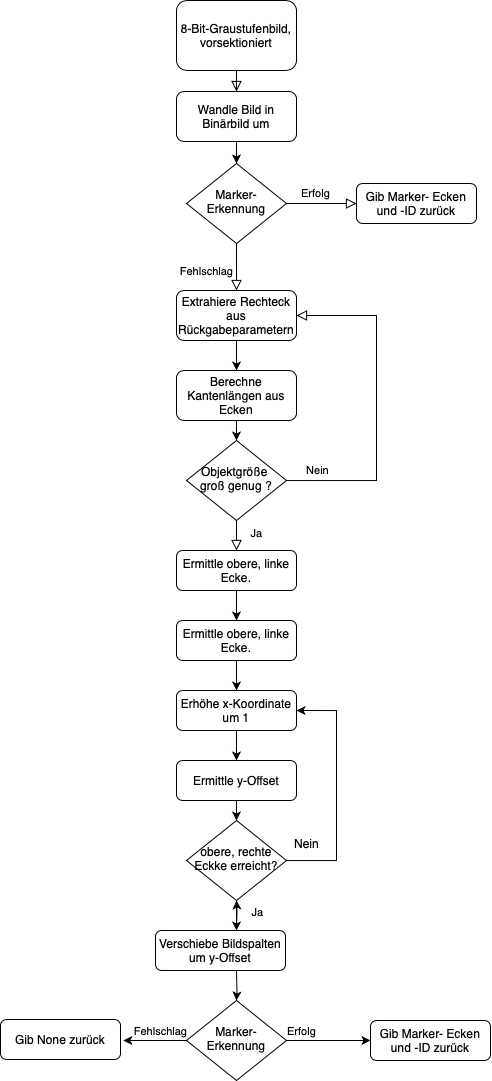
This is LaTeX/Bilder/algo.drawio.png from LS-KS/Bachelorarbeit, a draw.io export, as it was before one commit. Source tidied: cells renumbered, new cells last; positions are measured from the earlier drawing's top-left corner, leaving out a move shared by most shapes.
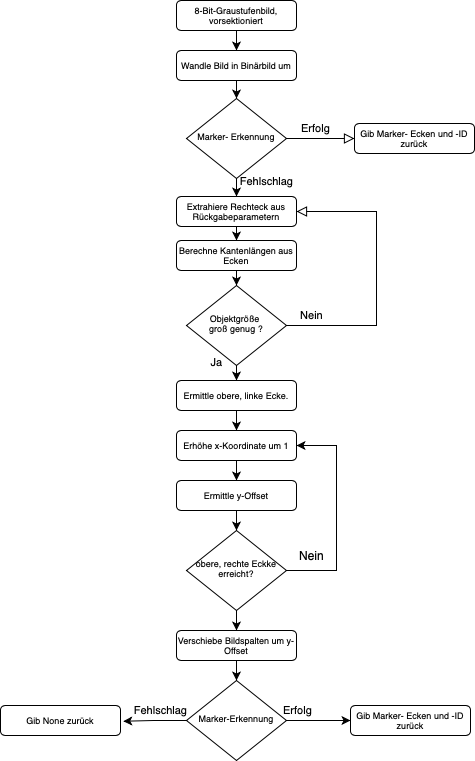
After the commit.

What changed in the source:
```diff
@@ -2,116 +2,93 @@
   <root>
     <mxCell id="0" />
     <mxCell id="1" parent="0" />
-    <mxCell id="2" style="rounded=0;html=1;jettySize=auto;fontSize=11;endArrow=block;endFill=0;endSize=8;strokeWidth=1;shadow=0;labelBackgroundColor=none;edgeStyle=orthogonalEdgeStyle;" parent="1" edge="1" source="3" target="16">
+    <mxCell id="2" style="rounded=0;html=1;jettySize=auto;fontSize=11;endArrow=classic;endFill=1;endSize=6;strokeWidth=1;shadow=0;labelBackgroundColor=none;edgeStyle=orthogonalEdgeStyle;" parent="1" edge="1" source="3" target="16">
       <mxGeometry relative="1" as="geometry" />
     </mxCell>
-    <mxCell id="3" value="8-Bit-Graustufenbild, vorsektioniert" style="rounded=1;whiteSpace=wrap;html=1;fontSize=12;glass=0;strokeWidth=1;shadow=0;" parent="1" vertex="1">
-      <mxGeometry x="176" width="120" height="70" as="geometry" />
+    <mxCell id="3" value="8-Bit-Graustufenbild, vorsektioniert" style="rounded=1;whiteSpace=wrap;html=1;fontSize=9;glass=0;strokeWidth=1;shadow=0;" parent="1" vertex="1">
+      <mxGeometry x="176" y="20" width="120" height="30" as="geometry" />
     </mxCell>
-    <mxCell id="4" value="Fehlschlag" style="rounded=0;html=1;jettySize=auto;fontSize=11;endArrow=block;endFill=0;endSize=8;strokeWidth=1;shadow=0;labelBackgroundColor=none;edgeStyle=orthogonalEdgeStyle;entryX=0.5;entryY=0;entryDx=0;entryDy=0;" parent="1" edge="1" source="6" target="14">
+    <mxCell id="4" value="Fehlschlag" style="rounded=0;html=1;jettySize=auto;fontSize=11;endArrow=classic;endFill=1;endSize=6;strokeWidth=1;shadow=0;labelBackgroundColor=none;edgeStyle=orthogonalEdgeStyle;entryX=0.5;entryY=0;entryDx=0;entryDy=0;" parent="1" edge="1" source="6" target="14">
       <mxGeometry x="0.2" y="-30" relative="1" as="geometry" />
     </mxCell>
     <mxCell id="5" value="Erfolg" style="edgeStyle=orthogonalEdgeStyle;rounded=0;html=1;jettySize=auto;fontSize=11;endArrow=block;endFill=0;endSize=8;strokeWidth=1;shadow=0;labelBackgroundColor=none;" parent="1" edge="1" source="6" target="7">
       <mxGeometry x="-0.14" y="10" relative="1" as="geometry" />
     </mxCell>
-    <mxCell id="6" value="Marker- Erkennung" style="rhombus;whiteSpace=wrap;html=1;shadow=0;fontFamily=Helvetica;fontSize=12;align=center;strokeWidth=1;spacing=6;spacingTop=-4;" parent="1" vertex="1">
-      <mxGeometry x="186" y="163" width="100" height="80" as="geometry" />
+    <mxCell id="6" value="Marker- Erkennung" style="rhombus;whiteSpace=wrap;html=1;shadow=0;fontFamily=Helvetica;fontSize=9;align=center;strokeWidth=1;spacing=6;spacingTop=-4;" parent="1" vertex="1">
+      <mxGeometry x="186" y="118" width="100" height="80" as="geometry" />
     </mxCell>
-    <mxCell id="7" value="Gib Marker- Ecken und -ID zurück" style="rounded=1;whiteSpace=wrap;html=1;fontSize=12;glass=0;strokeWidth=1;shadow=0;" parent="1" vertex="1">
-      <mxGeometry x="356" y="183" width="120" height="40" as="geometry" />
+    <mxCell id="7" value="Gib Marker- Ecken und -ID zurück" style="rounded=1;whiteSpace=wrap;html=1;fontSize=9;glass=0;strokeWidth=1;shadow=0;" parent="1" vertex="1">
+      <mxGeometry x="354" y="143" width="120" height="30" as="geometry" />
     </mxCell>
-    <mxCell id="8" value="Ja" style="rounded=0;html=1;jettySize=auto;fontSize=11;endArrow=block;endFill=0;endSize=8;strokeWidth=1;shadow=0;labelBackgroundColor=none;edgeStyle=orthogonalEdgeStyle;" parent="1" edge="1" source="10" target="12">
+    <mxCell id="8" value="Ja" style="rounded=0;html=1;jettySize=auto;fontSize=11;endArrow=classic;endFill=1;endSize=6;strokeWidth=1;shadow=0;labelBackgroundColor=none;edgeStyle=orthogonalEdgeStyle;" parent="1" edge="1" source="10" target="12">
       <mxGeometry x="0.33" y="20" relative="1" as="geometry" />
     </mxCell>
     <mxCell id="9" value="Nein" style="edgeStyle=orthogonalEdgeStyle;rounded=0;html=1;jettySize=auto;fontSize=11;endArrow=block;endFill=0;endSize=8;strokeWidth=1;shadow=0;labelBackgroundColor=none;entryX=1;entryY=0.5;entryDx=0;entryDy=0;" parent="1" edge="1" source="10" target="14">
       <mxGeometry x="-0.82" y="10" relative="1" as="geometry">
         <Array as="points">
-          <mxPoint x="376" y="480" />
-          <mxPoint x="376" y="315" />
+          <mxPoint x="376" y="345" />
+          <mxPoint x="376" y="231" />
         </Array>
       </mxGeometry>
     </mxCell>
-    <mxCell id="10" value="Objektgröße&amp;nbsp;&lt;br&gt;groß genug ?" style="rhombus;whiteSpace=wrap;html=1;shadow=0;fontFamily=Helvetica;fontSize=12;align=center;strokeWidth=1;spacing=6;spacingTop=-4;" parent="1" vertex="1">
-      <mxGeometry x="186" y="440" width="100" height="80" as="geometry" />
+    <mxCell id="10" value="Objektgröße&amp;nbsp;&lt;br style=&quot;font-size: 9px;&quot;&gt;groß genug ?" style="rhombus;whiteSpace=wrap;html=1;shadow=0;fontFamily=Helvetica;fontSize=9;align=center;strokeWidth=1;spacing=6;spacingTop=-4;" parent="1" vertex="1">
+      <mxGeometry x="186" y="305" width="100" height="80" as="geometry" />
     </mxCell>
-    <mxCell id="11" style="edgeStyle=orthogonalEdgeStyle;rounded=0;jettySize=auto;html=1;entryX=0.5;entryY=0;entryDx=0;entryDy=0;" parent="1" edge="1" source="12" target="20">
+    <mxCell id="11" style="edgeStyle=orthogonalEdgeStyle;rounded=0;jettySize=auto;html=1;entryX=0.5;entryY=0;entryDx=0;entryDy=0;" parent="1" edge="1" source="12" target="22">
       <mxGeometry relative="1" as="geometry" />
     </mxCell>
-    <mxCell id="12" value="Ermittle obere, linke Ecke." style="rounded=1;whiteSpace=wrap;html=1;fontSize=12;glass=0;strokeWidth=1;shadow=0;" parent="1" vertex="1">
-      <mxGeometry x="176" y="550" width="120" height="40" as="geometry" />
+    <mxCell id="12" value="Ermittle obere, linke Ecke." style="rounded=1;whiteSpace=wrap;html=1;fontSize=9;glass=0;strokeWidth=1;shadow=0;" parent="1" vertex="1">
+      <mxGeometry x="176" y="400" width="120" height="30" as="geometry" />
     </mxCell>
     <mxCell id="13" style="edgeStyle=orthogonalEdgeStyle;rounded=0;jettySize=auto;html=1;exitX=0.5;exitY=1;exitDx=0;exitDy=0;entryX=0.5;entryY=0;entryDx=0;entryDy=0;" parent="1" edge="1" source="14" target="18">
       <mxGeometry relative="1" as="geometry" />
     </mxCell>
-    <mxCell id="14" value="Extrahiere Rechteck aus Rückgabeparametern" style="rounded=1;whiteSpace=wrap;html=1;fontSize=12;glass=0;strokeWidth=1;shadow=0;" parent="1" vertex="1">
-      <mxGeometry x="176" y="290" width="120" height="50" as="geometry" />
+    <mxCell id="14" value="Extrahiere Rechteck aus Rückgabeparametern" style="rounded=1;whiteSpace=wrap;html=1;fontSize=9;glass=0;strokeWidth=1;shadow=0;" parent="1" vertex="1">
+      <mxGeometry x="176" y="216" width="120" height="30" as="geometry" />
     </mxCell>
     <mxCell id="15" style="edgeStyle=orthogonalEdgeStyle;rounded=0;jettySize=auto;html=1;exitX=0.5;exitY=1;exitDx=0;exitDy=0;entryX=0.5;entryY=0;entryDx=0;entryDy=0;" parent="1" edge="1" source="16" target="6">
       <mxGeometry relative="1" as="geometry" />
     </mxCell>
-    <mxCell id="16" value="Wandle Bild in Binärbild um" style="rounded=1;whiteSpace=wrap;html=1;fontSize=12;glass=0;strokeWidth=1;shadow=0;" parent="1" vertex="1">
-      <mxGeometry x="176" y="91" width="120" height="50" as="geometry" />
+    <mxCell id="16" value="Wandle Bild in Binärbild um" style="rounded=1;whiteSpace=wrap;html=1;fontSize=9;glass=0;strokeWidth=1;shadow=0;" parent="1" vertex="1">
+      <mxGeometry x="176" y="70" width="120" height="30" as="geometry" />
     </mxCell>
     <mxCell id="17" style="edgeStyle=orthogonalEdgeStyle;rounded=0;jettySize=auto;html=1;exitX=0.5;exitY=1;exitDx=0;exitDy=0;entryX=0.5;entryY=0;entryDx=0;entryDy=0;" parent="1" edge="1" source="18" target="10">
       <mxGeometry relative="1" as="geometry" />
     </mxCell>
-    <mxCell id="18" value="Berechne Kantenlängen aus Ecken" style="rounded=1;whiteSpace=wrap;html=1;fontSize=12;glass=0;strokeWidth=1;shadow=0;" parent="1" vertex="1">
-      <mxGeometry x="176" y="370" width="120" height="50" as="geometry" />
+    <mxCell id="18" value="Berechne Kantenlängen aus Ecken" style="rounded=1;whiteSpace=wrap;html=1;fontSize=9;glass=0;strokeWidth=1;shadow=0;" parent="1" vertex="1">
+      <mxGeometry x="176" y="260" width="120" height="30" as="geometry" />
     </mxCell>
-    <mxCell id="19" style="edgeStyle=orthogonalEdgeStyle;rounded=0;jettySize=auto;html=1;" parent="1" edge="1" source="20" target="22">
-      <mxGeometry relative="1" as="geometry" />
-    </mxCell>
-    <mxCell id="20" value="Ermittle obere, linke Ecke." style="rounded=1;whiteSpace=wrap;html=1;fontSize=12;glass=0;strokeWidth=1;shadow=0;" parent="1" vertex="1">
-      <mxGeometry x="176" y="620" width="120" height="40" as="geometry" />
-    </mxCell>
     <mxCell id="21" style="edgeStyle=orthogonalEdgeStyle;rounded=0;jettySize=auto;html=1;entryX=0.5;entryY=0;entryDx=0;entryDy=0;" parent="1" edge="1" source="22" target="24">
       <mxGeometry relative="1" as="geometry" />
     </mxCell>
-    <mxCell id="22" value="Erhöhe x-Koordinate um 1" style="rounded=1;whiteSpace=wrap;html=1;fontSize=12;glass=0;strokeWidth=1;shadow=0;" parent="1" vertex="1">
-      <mxGeometry x="176" y="690" width="120" height="40" as="geometry" />
+    <mxCell id="22" value="Erhöhe x-Koordinate um 1" style="rounded=1;whiteSpace=wrap;html=1;fontSize=9;glass=0;strokeWidth=1;shadow=0;" parent="1" vertex="1">
+      <mxGeometry x="176" y="450" width="120" height="30" as="geometry" />
     </mxCell>
     <mxCell id="23" style="edgeStyle=orthogonalEdgeStyle;rounded=0;jettySize=auto;html=1;exitX=0.5;exitY=1;exitDx=0;exitDy=0;entryX=0.5;entryY=0;entryDx=0;entryDy=0;" parent="1" edge="1" source="24" target="31">
       <mxGeometry relative="1" as="geometry" />
     </mxCell>
-    <mxCell id="24" value="Ermittle y-Offset" style="rounded=1;whiteSpace=wrap;html=1;fontSize=12;glass=0;strokeWidth=1;shadow=0;" parent="1" vertex="1">
-      <mxGeometry x="176" y="760" width="120" height="40" as="geometry" />
+    <mxCell id="24" value="Ermittle y-Offset" style="rounded=1;whiteSpace=wrap;html=1;fontSize=9;glass=0;strokeWidth=1;shadow=0;" parent="1" vertex="1">
+      <mxGeometry x="176" y="500" width="120" height="30" as="geometry" />
     </mxCell>
-    <mxCell id="25" style="edgeStyle=orthogonalEdgeStyle;rounded=0;jettySize=auto;html=1;" parent="1" edge="1" target="31">
-      <mxGeometry relative="1" as="geometry">
-        <mxPoint x="236" y="930" as="sourcePoint" />
-      </mxGeometry>
-    </mxCell>
-    <mxCell id="26" style="edgeStyle=orthogonalEdgeStyle;rounded=0;jettySize=auto;html=1;exitX=0.5;exitY=1;exitDx=0;exitDy=0;" parent="1" edge="1" target="35">
-      <mxGeometry relative="1" as="geometry">
-        <mxPoint x="236" y="970" as="sourcePoint" />
-      </mxGeometry>
+    <mxCell id="26" style="edgeStyle=orthogonalEdgeStyle;rounded=0;jettySize=auto;html=1;exitX=0.5;exitY=1;exitDx=0;exitDy=0;" parent="1" edge="1" source="27" target="35">
+      <mxGeometry relative="1" as="geometry" />
     </mxCell>
-    <mxCell id="27" value="Verschiebe Bildspalten um y-Offset" style="rounded=1;whiteSpace=wrap;html=1;fontSize=12;glass=0;strokeWidth=1;shadow=0;" parent="1" vertex="1">
-      <mxGeometry x="155" y="930" width="130" height="40" as="geometry" />
+    <mxCell id="27" value="Verschiebe Bildspalten um y-Offset" style="rounded=1;whiteSpace=wrap;html=1;fontSize=9;glass=0;strokeWidth=1;shadow=0;" parent="1" vertex="1">
+      <mxGeometry x="176" y="650" width="120" height="30" as="geometry" />
     </mxCell>
     <mxCell id="28" style="edgeStyle=orthogonalEdgeStyle;rounded=0;jettySize=auto;html=1;entryX=1;entryY=0.5;entryDx=0;entryDy=0;" parent="1" edge="1" source="31" target="22">
       <mxGeometry relative="1" as="geometry">
         <Array as="points">
-          <mxPoint x="336" y="860" />
-          <mxPoint x="336" y="710" />
+          <mxPoint x="336" y="590" />
+          <mxPoint x="336" y="465" />
         </Array>
       </mxGeometry>
     </mxCell>
-    <mxCell id="29" style="edgeStyle=orthogonalEdgeStyle;rounded=0;jettySize=auto;html=1;exitX=0.5;exitY=1;exitDx=0;exitDy=0;entryX=0.5;entryY=0;entryDx=0;entryDy=0;" parent="1" edge="1" source="31">
-      <mxGeometry relative="1" as="geometry">
-        <mxPoint x="236" y="930" as="targetPoint" />
-      </mxGeometry>
-    </mxCell>
-    <mxCell id="30" value="Ja" style="edgeLabel;html=1;align=center;verticalAlign=middle;" parent="29" vertex="1">
-      <mxGeometry x="-0.24" y="2" relative="1" as="geometry">
-        <mxPoint x="18" as="offset" />
-      </mxGeometry>
-    </mxCell>
-    <mxCell id="31" value="obere, rechte Eckke erreicht?" style="rhombus;whiteSpace=wrap;html=1;shadow=0;fontFamily=Helvetica;fontSize=12;align=center;strokeWidth=1;spacing=6;spacingTop=-4;" parent="1" vertex="1">
-      <mxGeometry x="186" y="820" width="100" height="80" as="geometry" />
+    <mxCell id="31" value="obere, rechte Eckke erreicht?" style="rhombus;whiteSpace=wrap;html=1;shadow=0;fontFamily=Helvetica;fontSize=9;align=center;strokeWidth=1;spacing=6;spacingTop=-4;" parent="1" vertex="1">
+      <mxGeometry x="186" y="550" width="100" height="80" as="geometry" />
     </mxCell>
     <mxCell id="32" value="Nein" style="text;html=1;align=center;verticalAlign=middle;strokeColor=none;fillColor=none;" parent="1" vertex="1">
-      <mxGeometry x="281" y="828" width="50" height="30" as="geometry" />
+      <mxGeometry x="286" y="560" width="50" height="30" as="geometry" />
     </mxCell>
     <mxCell id="33" style="edgeStyle=orthogonalEdgeStyle;rounded=0;jettySize=auto;html=1;" parent="1" edge="1" source="35" target="36">
       <mxGeometry relative="1" as="geometry" />
@@ -121,14 +98,14 @@
         <mxPoint x="-1" y="-10" as="offset" />
       </mxGeometry>
     </mxCell>
-    <mxCell id="35" value="Marker-Erkennung" style="rhombus;whiteSpace=wrap;html=1;shadow=0;fontFamily=Helvetica;fontSize=12;align=center;strokeWidth=1;spacing=6;spacingTop=-4;" parent="1" vertex="1">
-      <mxGeometry x="186" y="1000" width="100" height="80" as="geometry" />
+    <mxCell id="35" value="Marker-Erkennung" style="rhombus;whiteSpace=wrap;html=1;shadow=0;fontFamily=Helvetica;fontSize=9;align=center;strokeWidth=1;spacing=6;spacingTop=-4;" parent="1" vertex="1">
+      <mxGeometry x="186" y="700" width="100" height="80" as="geometry" />
     </mxCell>
-    <mxCell id="36" value="Gib Marker- Ecken und -ID zurück" style="rounded=1;whiteSpace=wrap;html=1;fontSize=12;glass=0;strokeWidth=1;shadow=0;" parent="1" vertex="1">
-      <mxGeometry x="370" y="1020" width="120" height="40" as="geometry" />
+    <mxCell id="36" value="Gib Marker- Ecken und -ID zurück" style="rounded=1;whiteSpace=wrap;html=1;fontSize=9;glass=0;strokeWidth=1;shadow=0;" parent="1" vertex="1">
+      <mxGeometry x="350" y="725" width="120" height="30" as="geometry" />
     </mxCell>
-    <mxCell id="37" value="Gib None zurück" style="rounded=1;whiteSpace=wrap;html=1;fontSize=12;glass=0;strokeWidth=1;shadow=0;" parent="1" vertex="1">
-      <mxGeometry y="1019" width="120" height="40" as="geometry" />
+    <mxCell id="37" value="Gib None zurück" style="rounded=1;whiteSpace=wrap;html=1;fontSize=9;glass=0;strokeWidth=1;shadow=0;" parent="1" vertex="1">
+      <mxGeometry y="725" width="120" height="30" as="geometry" />
     </mxCell>
     <mxCell id="38" style="edgeStyle=orthogonalEdgeStyle;rounded=0;jettySize=auto;html=1;entryX=1.023;entryY=0.525;entryDx=0;entryDy=0;entryPerimeter=0;" parent="1" edge="1" source="35" target="37">
       <mxGeometry relative="1" as="geometry" />
@@ -138,5 +115,8 @@
         <mxPoint x="-3" y="-11" as="offset" />
       </mxGeometry>
     </mxCell>
+    <mxCell id="40" style="edgeStyle=orthogonalEdgeStyle;rounded=0;jettySize=auto;html=1;entryX=0.5;entryY=0;entryDx=0;entryDy=0;" parent="1" edge="1" source="31" target="27">
+      <mxGeometry relative="1" as="geometry" />
+    </mxCell>
   </root>
 </mxGraphModel>
```
